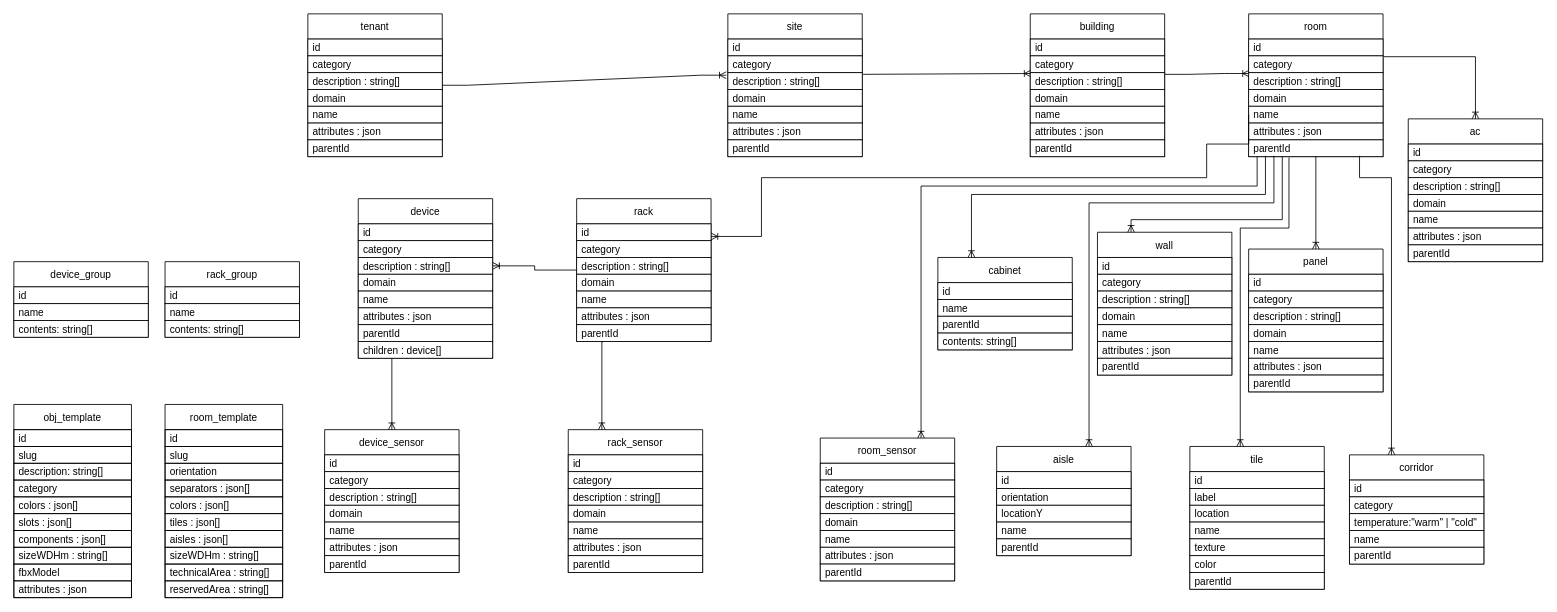
Above: resources/diagrams/DB.drawio in ditrit/OGrEE-Core (draw.io), before the change. Source tidied: cells renumbered, new cells numbered last; positions are measured from the earlier drawing's top-left corner, leaving out a move shared by most shapes. Both pictures are drawn from the tidied source at 84%, with x=0, y=0 at pixel (13, 13).
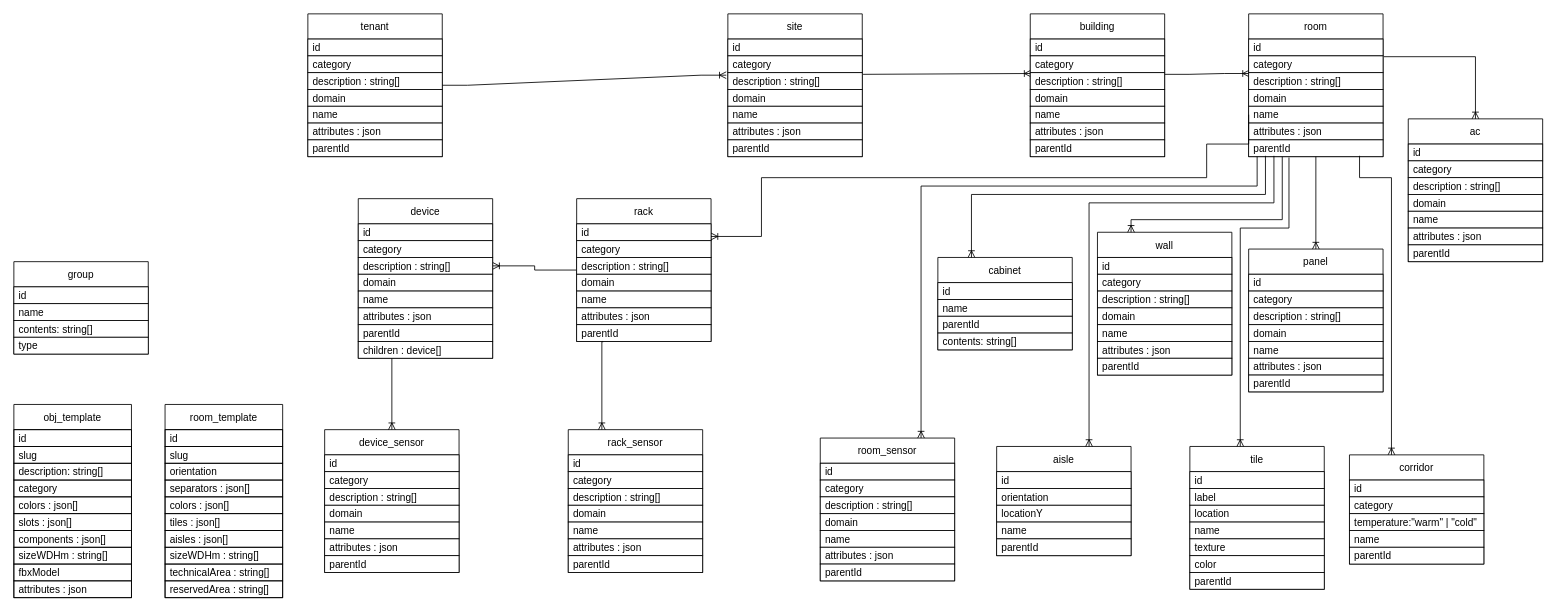
Above is the later version.

Change to the diagram source:
```diff
@@
-    <mxCell id="134" value="rack_group" style="swimlane;fontStyle=0;horizontal=1;startSize=30;fillColor=default;strokeColor=default;fontColor=default;" parent="1" vertex="1">
-      <mxGeometry x="180" y="295" width="160" height="90" as="geometry" />
-    </mxCell>
-    <mxCell id="135" value="id" style="text;strokeColor=default;fillColor=default;align=left;verticalAlign=middle;spacingLeft=4;spacingRight=4;overflow=hidden;fontColor=default;" parent="134" vertex="1">
-      <mxGeometry y="30" width="160" height="20" as="geometry" />
-    </mxCell>
-    <mxCell id="136" value="name" style="text;strokeColor=default;fillColor=default;align=left;verticalAlign=middle;spacingLeft=4;spacingRight=4;overflow=hidden;fontColor=default;" parent="134" vertex="1">
-      <mxGeometry y="50" width="160" height="20" as="geometry" />
-    </mxCell>
-    <mxCell id="137" value="contents: string[]" style="text;strokeColor=default;fillColor=default;align=left;verticalAlign=middle;spacingLeft=4;spacingRight=4;overflow=hidden;fontColor=default;" parent="134" vertex="1">
-      <mxGeometry y="70" width="160" height="20" as="geometry" />
-    </mxCell>
-    <mxCell id="138" style="text;strokeColor=default;fillColor=default;align=left;verticalAlign=middle;spacingLeft=4;spacingRight=4;overflow=hidden;fontColor=default;" parent="134" vertex="1">
-      <mxGeometry y="90" width="160" as="geometry" />
-    </mxCell>
-    <mxCell id="139" style="text;strokeColor=default;fillColor=default;align=left;verticalAlign=middle;spacingLeft=4;spacingRight=4;overflow=hidden;fontColor=default;" parent="134" vertex="1">
-      <mxGeometry y="90" width="160" as="geometry" />
-    </mxCell>
-    <mxCell id="140" value="device_group" style="swimlane;fontStyle=0;horizontal=1;startSize=30;fillColor=default;strokeColor=default;fontColor=default;" parent="1" vertex="1">
-      <mxGeometry y="295" width="160" height="90" as="geometry" />
+    <mxCell id="140" value="group" style="swimlane;fontStyle=0;horizontal=1;startSize=30;fillColor=default;strokeColor=default;fontColor=default;" parent="1" vertex="1">
+      <mxGeometry y="295" width="160" height="110" as="geometry" />
     </mxCell>
@@
+    <mxCell id="186" value="type" style="text;strokeColor=default;fillColor=default;align=left;verticalAlign=middle;spacingLeft=4;spacingRight=4;overflow=hidden;fontColor=default;" parent="140" vertex="1">
+      <mxGeometry y="90" width="160" height="20" as="geometry" />
+    </mxCell>
```
